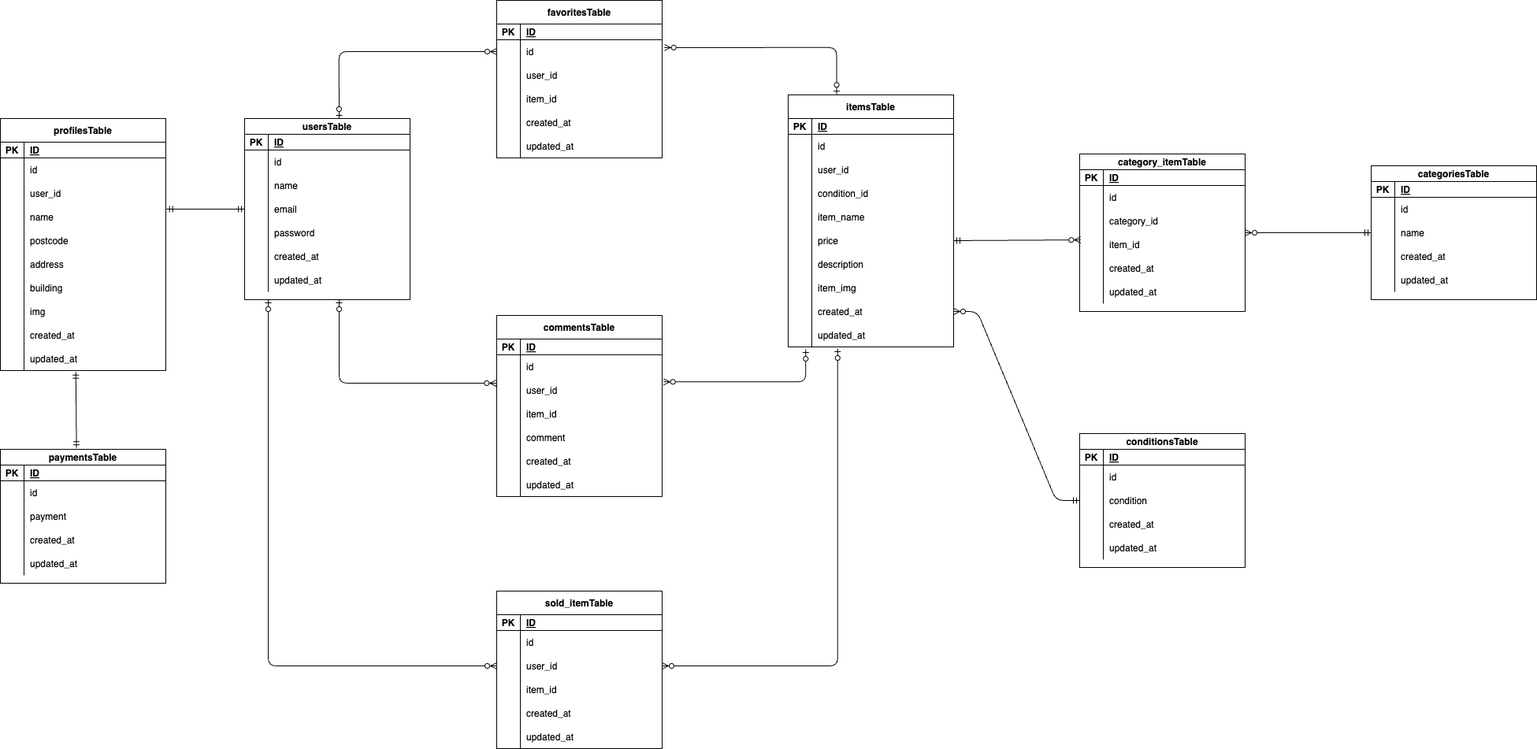
Above: .drawio.png in uchi-a000/FurimaApp (draw.io), before the change. Source tidied: cells renumbered, new cells last; positions are measured from the earlier drawing's top-left corner, leaving out a move shared by most shapes.
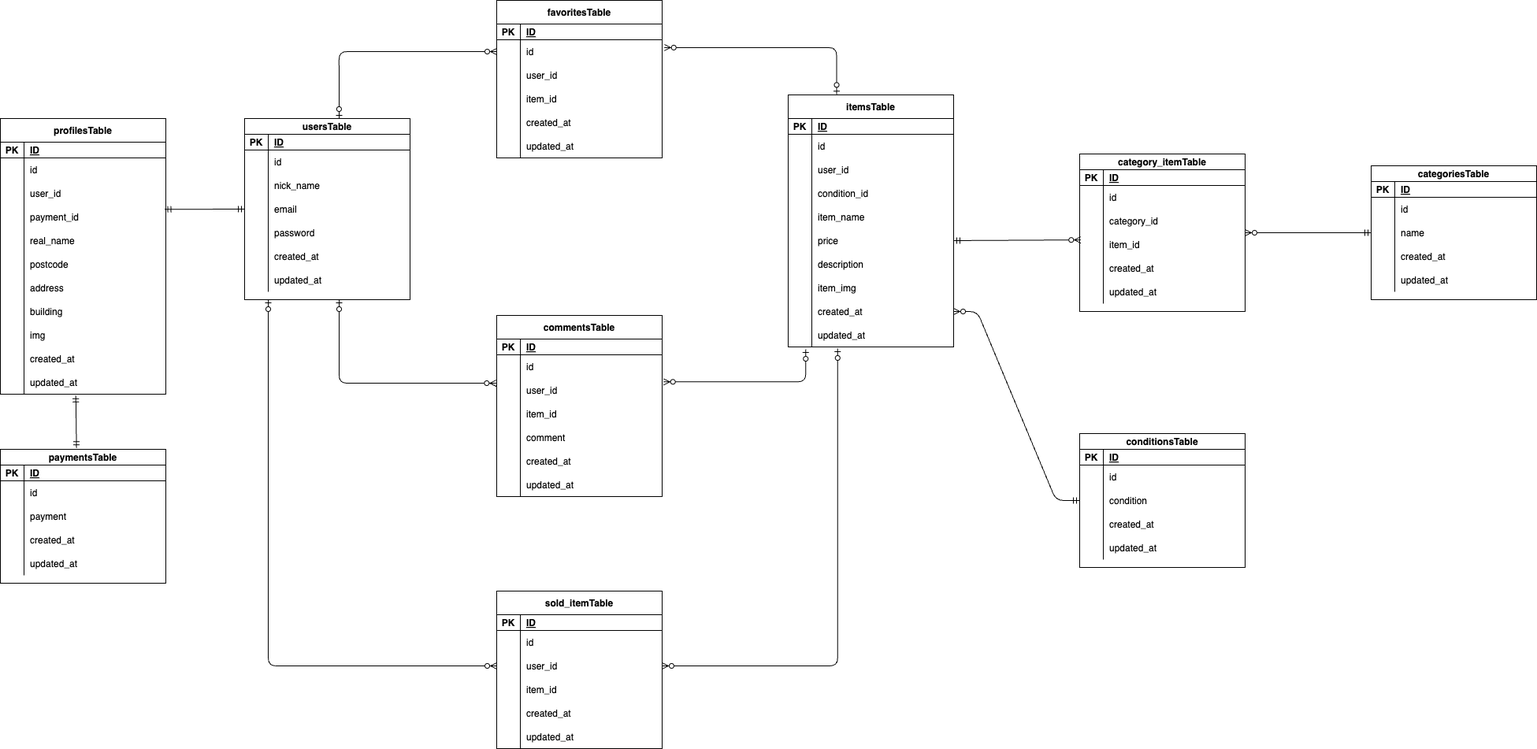
The same file after the commit.

Diff of the diagram source:
```diff
@@ -29,7 +29,7 @@
     <mxCell id="10" style="shape=partialRectangle;fillColor=none;top=0;left=0;bottom=0;right=0;overflow=hidden;" parent="9" vertex="1">
       <mxGeometry width="30" height="30" as="geometry" />
     </mxCell>
-    <mxCell id="11" value="name" style="shape=partialRectangle;fillColor=none;top=0;left=0;bottom=0;right=0;align=left;spacingLeft=6;overflow=hidden;" parent="9" vertex="1">
+    <mxCell id="11" value="nick_name" style="shape=partialRectangle;fillColor=none;top=0;left=0;bottom=0;right=0;align=left;spacingLeft=6;overflow=hidden;" parent="9" vertex="1">
       <mxGeometry x="30" width="180" height="30" as="geometry" />
     </mxCell>
     <mxCell id="12" style="shape=tableRow;horizontal=0;startSize=0;swimlaneHead=0;swimlaneBody=0;fillColor=none;points=[[0,0.5],[1,0.5]];portConstraint=eastwest;top=0;left=0;right=0;bottom=0;" parent="2" vertex="1">
@@ -69,7 +69,7 @@
       <mxGeometry x="30" width="180" height="30" as="geometry" />
     </mxCell>
     <mxCell id="24" value="profilesTable" style="shape=table;startSize=30;rowLines=0;fontStyle=1;align=center;swimlaneLine=1;shadow=0;" parent="1" vertex="1">
-      <mxGeometry y="150" width="210" height="320" as="geometry" />
+      <mxGeometry y="150" width="210" height="350" as="geometry" />
     </mxCell>
     <mxCell id="25" style="shape=tableRow;horizontal=0;startSize=0;swimlaneHead=0;swimlaneBody=0;fillColor=none;top=0;left=0;right=0;bottom=1;" parent="24" vertex="1">
       <mxGeometry y="30" width="210" height="20" as="geometry" />
@@ -98,17 +98,26 @@
     <mxCell id="33" value="user_id" style="shape=partialRectangle;fillColor=none;top=0;left=0;bottom=0;right=0;align=left;spacingLeft=6;overflow=hidden;" parent="31" vertex="1">
       <mxGeometry x="30" width="180" height="30" as="geometry" />
     </mxCell>
+    <mxCell id="224" style="shape=tableRow;horizontal=0;startSize=0;swimlaneHead=0;swimlaneBody=0;fillColor=none;points=[[0,0.5],[1,0.5]];portConstraint=eastwest;top=0;left=0;right=0;bottom=0;" parent="24" vertex="1">
+      <mxGeometry y="110" width="210" height="30" as="geometry" />
+    </mxCell>
+    <mxCell id="225" style="shape=partialRectangle;fillColor=none;top=0;left=0;bottom=0;right=0;overflow=hidden;" parent="224" vertex="1">
+      <mxGeometry width="30" height="30" as="geometry" />
+    </mxCell>
+    <mxCell id="226" value="payment_id" style="shape=partialRectangle;fillColor=none;top=0;left=0;bottom=0;right=0;align=left;spacingLeft=6;overflow=hidden;" parent="224" vertex="1">
+      <mxGeometry x="30" width="180" height="30" as="geometry" />
+    </mxCell>
     <mxCell id="34" style="shape=tableRow;horizontal=0;startSize=0;swimlaneHead=0;swimlaneBody=0;fillColor=none;points=[[0,0.5],[1,0.5]];portConstraint=eastwest;top=0;left=0;right=0;bottom=0;" parent="24" vertex="1">
-      <mxGeometry y="110" width="210" height="30" as="geometry" />
+      <mxGeometry y="140" width="210" height="30" as="geometry" />
     </mxCell>
     <mxCell id="35" style="shape=partialRectangle;fillColor=none;top=0;left=0;bottom=0;right=0;overflow=hidden;" parent="34" vertex="1">
       <mxGeometry width="30" height="30" as="geometry" />
     </mxCell>
-    <mxCell id="36" value="name" style="shape=partialRectangle;fillColor=none;top=0;left=0;bottom=0;right=0;align=left;spacingLeft=6;overflow=hidden;" parent="34" vertex="1">
+    <mxCell id="36" value="real_name" style="shape=partialRectangle;fillColor=none;top=0;left=0;bottom=0;right=0;align=left;spacingLeft=6;overflow=hidden;" parent="34" vertex="1">
       <mxGeometry x="30" width="180" height="30" as="geometry" />
     </mxCell>
     <mxCell id="37" style="shape=tableRow;horizontal=0;startSize=0;swimlaneHead=0;swimlaneBody=0;fillColor=none;top=0;left=0;right=0;bottom=0;" parent="24" vertex="1">
-      <mxGeometry y="140" width="210" height="30" as="geometry" />
+      <mxGeometry y="170" width="210" height="30" as="geometry" />
     </mxCell>
     <mxCell id="38" style="shape=partialRectangle;fillColor=none;top=0;left=0;bottom=0;right=0;overflow=hidden;" parent="37" vertex="1">
       <mxGeometry width="30" height="30" as="geometry" />
@@ -117,7 +126,7 @@
       <mxGeometry x="30" width="180" height="30" as="geometry" />
     </mxCell>
     <mxCell id="40" style="shape=tableRow;horizontal=0;startSize=0;swimlaneHead=0;swimlaneBody=0;fillColor=none;top=0;left=0;right=0;bottom=0;" parent="24" vertex="1">
-      <mxGeometry y="170" width="210" height="30" as="geometry" />
+      <mxGeometry y="200" width="210" height="30" as="geometry" />
     </mxCell>
     <mxCell id="41" style="shape=partialRectangle;fillColor=none;top=0;left=0;bottom=0;right=0;overflow=hidden;" parent="40" vertex="1">
       <mxGeometry width="30" height="30" as="geometry" />
@@ -126,7 +135,7 @@
       <mxGeometry x="30" width="180" height="30" as="geometry" />
     </mxCell>
     <mxCell id="43" style="shape=tableRow;horizontal=0;startSize=0;swimlaneHead=0;swimlaneBody=0;fillColor=none;top=0;left=0;right=0;bottom=0;" parent="24" vertex="1">
-      <mxGeometry y="200" width="210" height="30" as="geometry" />
+      <mxGeometry y="230" width="210" height="30" as="geometry" />
     </mxCell>
     <mxCell id="44" style="shape=partialRectangle;fillColor=none;top=0;left=0;bottom=0;right=0;overflow=hidden;" parent="43" vertex="1">
       <mxGeometry width="30" height="30" as="geometry" />
@@ -135,7 +144,7 @@
       <mxGeometry x="30" width="180" height="30" as="geometry" />
     </mxCell>
     <mxCell id="46" style="shape=tableRow;horizontal=0;startSize=0;swimlaneHead=0;swimlaneBody=0;fillColor=none;top=0;left=0;right=0;bottom=0;" parent="24" vertex="1">
-      <mxGeometry y="230" width="210" height="30" as="geometry" />
+      <mxGeometry y="260" width="210" height="30" as="geometry" />
     </mxCell>
     <mxCell id="47" style="shape=partialRectangle;fillColor=none;top=0;left=0;bottom=0;right=0;overflow=hidden;" parent="46" vertex="1">
       <mxGeometry width="30" height="30" as="geometry" />
@@ -144,7 +153,7 @@
       <mxGeometry x="30" width="180" height="30" as="geometry" />
     </mxCell>
     <mxCell id="49" style="shape=tableRow;horizontal=0;startSize=0;swimlaneHead=0;swimlaneBody=0;fillColor=none;top=0;left=0;right=0;bottom=0;" parent="24" vertex="1">
-      <mxGeometry y="260" width="210" height="30" as="geometry" />
+      <mxGeometry y="290" width="210" height="30" as="geometry" />
     </mxCell>
     <mxCell id="50" style="shape=partialRectangle;fillColor=none;top=0;left=0;bottom=0;right=0;overflow=hidden;" parent="49" vertex="1">
       <mxGeometry width="30" height="30" as="geometry" />
@@ -153,7 +162,7 @@
       <mxGeometry x="30" width="180" height="30" as="geometry" />
     </mxCell>
     <mxCell id="52" style="shape=tableRow;horizontal=0;startSize=0;swimlaneHead=0;swimlaneBody=0;fillColor=none;points=[[0,0.5],[1,0.5]];portConstraint=eastwest;top=0;left=0;right=0;bottom=0;" parent="24" vertex="1">
-      <mxGeometry y="290" width="210" height="30" as="geometry" />
+      <mxGeometry y="320" width="210" height="30" as="geometry" />
     </mxCell>
     <mxCell id="53" style="shape=partialRectangle;fillColor=none;top=0;left=0;bottom=0;right=0;overflow=hidden;" parent="52" vertex="1">
       <mxGeometry width="30" height="30" as="geometry" />
@@ -521,7 +530,7 @@
     <mxCell id="174" value="updated_at" style="shape=partialRectangle;fillColor=none;top=0;left=0;bottom=0;right=0;align=left;spacingLeft=6;overflow=hidden;" parent="172" vertex="1">
       <mxGeometry x="30" width="180" height="30" as="geometry" />
     </mxCell>
-    <mxCell id="175" style="fontSize=12;html=1;endArrow=ERmandOne;startArrow=ERmandOne;exitX=0;exitY=0.5;exitDx=0;exitDy=0;entryX=1.003;entryY=0.17;entryDx=0;entryDy=0;entryPerimeter=0;" parent="1" edge="1" source="12" target="34">
+    <mxCell id="175" style="fontSize=12;html=1;endArrow=ERmandOne;startArrow=ERmandOne;exitX=0;exitY=0.5;exitDx=0;exitDy=0;entryX=0.993;entryY=0.177;entryDx=0;entryDy=0;entryPerimeter=0;" parent="1" edge="1" source="12" target="224">
       <mxGeometry relative="1" as="geometry" />
     </mxCell>
     <mxCell id="176" style="fontSize=12;html=1;endArrow=ERzeroToMany;startArrow=ERmandOne;exitX=0;exitY=0.5;exitDx=0;exitDy=0;" parent="1" edge="1" source="62">
```
